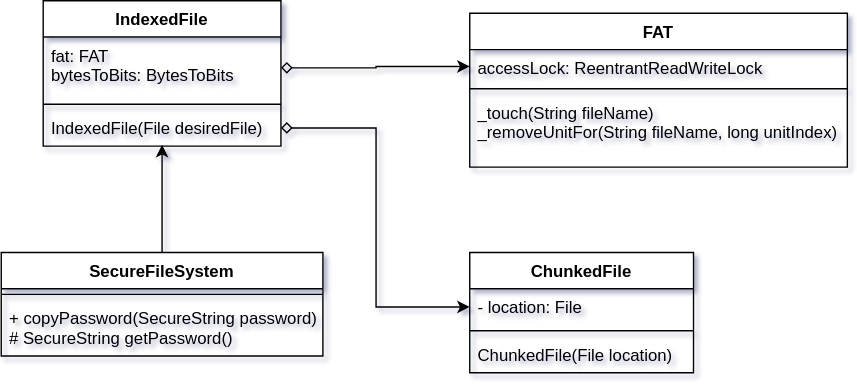
kevinvandenbreemen/android-file-vault keeps this draw.io diagram as documentation/resource/SFS.svg. Above is the earlier version. Source tidied: cells renumbered, new cells last; positions are measured from the earlier drawing's top-left corner, leaving out a move shared by most shapes.
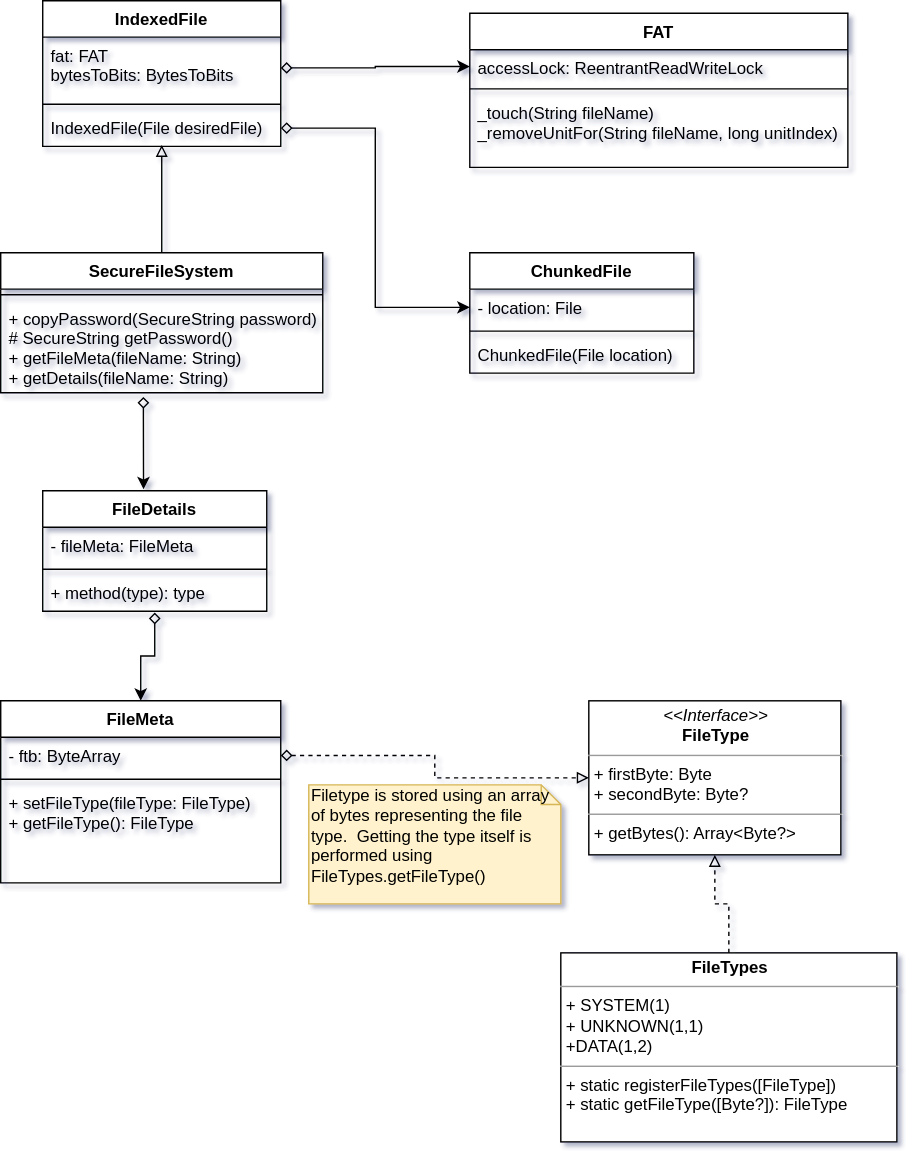
After the change.

Change to the diagram source:
```diff
@@ -14,17 +14,17 @@
     <mxCell id="5" value="IndexedFile(File desiredFile)" style="text;strokeColor=none;fillColor=none;align=left;verticalAlign=top;spacingLeft=4;spacingRight=4;overflow=hidden;points=[[0,0.5],[1,0.5]];portConstraint=eastwest;" parent="2" vertex="1">
       <mxGeometry y="78" width="170" height="26" as="geometry" />
     </mxCell>
-    <mxCell id="6" style="edgeStyle=orthogonalEdgeStyle;rounded=0;jettySize=auto;html=1;exitX=0.5;exitY=0;exitDx=0;exitDy=0;entryX=0.5;entryY=0.962;entryDx=0;entryDy=0;entryPerimeter=0;" parent="1" edge="1" source="7" target="5">
+    <mxCell id="6" style="edgeStyle=orthogonalEdgeStyle;rounded=0;jettySize=auto;html=1;exitX=0.5;exitY=0;exitDx=0;exitDy=0;entryX=0.5;entryY=0.962;entryDx=0;entryDy=0;entryPerimeter=0;endArrow=block;endFill=0;" parent="1" edge="1" source="7" target="5">
       <mxGeometry relative="1" as="geometry" />
     </mxCell>
     <mxCell id="7" value="SecureFileSystem" style="swimlane;fontStyle=1;align=center;verticalAlign=top;horizontal=1;startSize=26;" parent="1" vertex="1">
-      <mxGeometry y="180" width="230" height="74" as="geometry" />
+      <mxGeometry y="180" width="230" height="100" as="geometry" />
     </mxCell>
     <mxCell id="8" style="line;strokeWidth=1;fillColor=none;align=left;verticalAlign=middle;spacingTop=-1;spacingLeft=3;spacingRight=3;labelPosition=right;" parent="7" vertex="1">
       <mxGeometry y="26" width="230" height="8" as="geometry" />
     </mxCell>
-    <mxCell id="9" value="+ copyPassword(SecureString password)&#10;# SecureString getPassword()" style="text;strokeColor=none;fillColor=none;align=left;verticalAlign=top;spacingLeft=4;spacingRight=4;overflow=hidden;points=[[0,0.5],[1,0.5]];portConstraint=eastwest;" parent="7" vertex="1">
-      <mxGeometry y="34" width="230" height="40" as="geometry" />
+    <mxCell id="9" value="+ copyPassword(SecureString password)&#10;# SecureString getPassword()&#10;+ getFileMeta(fileName: String)&#10;+ getDetails(fileName: String)" style="text;strokeColor=none;fillColor=none;align=left;verticalAlign=top;spacingLeft=4;spacingRight=4;overflow=hidden;points=[[0,0.5],[1,0.5]];portConstraint=eastwest;" parent="7" vertex="1">
+      <mxGeometry y="34" width="230" height="66" as="geometry" />
     </mxCell>
     <mxCell id="10" value="ChunkedFile" style="swimlane;fontStyle=1;align=center;verticalAlign=top;horizontal=1;startSize=26;" parent="1" vertex="1">
       <mxGeometry x="335" y="180" width="160" height="86" as="geometry" />
@@ -56,5 +56,55 @@
     <mxCell id="19" style="edgeStyle=orthogonalEdgeStyle;rounded=0;jettySize=auto;html=1;exitX=1;exitY=0.5;exitDx=0;exitDy=0;entryX=0;entryY=0.5;entryDx=0;entryDy=0;startArrow=diamond;startFill=0;" parent="1" edge="1" source="5" target="11">
       <mxGeometry relative="1" as="geometry" />
     </mxCell>
+    <mxCell id="20" value="&lt;p style=&quot;margin: 0px ; margin-top: 4px ; text-align: center&quot;&gt;&lt;i&gt;&amp;lt;&amp;lt;Interface&amp;gt;&amp;gt;&lt;/i&gt;&lt;br&gt;&lt;b&gt;FileType&lt;/b&gt;&lt;/p&gt;&lt;hr size=&quot;1&quot;&gt;&lt;p style=&quot;margin: 0px ; margin-left: 4px&quot;&gt;+ firstByte: Byte&lt;/p&gt;&lt;p style=&quot;margin: 0px ; margin-left: 4px&quot;&gt;+ secondByte: Byte?&lt;/p&gt;&lt;hr size=&quot;1&quot;&gt;&lt;p style=&quot;margin: 0px ; margin-left: 4px&quot;&gt;+ getBytes(): Array&amp;lt;Byte?&amp;gt;&lt;/p&gt;" style="verticalAlign=top;align=left;overflow=fill;fontSize=12;fontFamily=Helvetica;html=1;" parent="1" vertex="1">
+      <mxGeometry x="420" y="500" width="180" height="110" as="geometry" />
+    </mxCell>
+    <mxCell id="21" style="edgeStyle=orthogonalEdgeStyle;rounded=0;jettySize=auto;html=1;exitX=0.5;exitY=0;exitDx=0;exitDy=0;entryX=0.5;entryY=1;entryDx=0;entryDy=0;dashed=1;endArrow=block;endFill=0;" parent="1" edge="1" source="22" target="20">
+      <mxGeometry relative="1" as="geometry" />
+    </mxCell>
+    <mxCell id="22" value="&lt;p style=&quot;margin: 0px ; margin-top: 4px ; text-align: center&quot;&gt;&lt;b&gt;FileTypes&lt;/b&gt;&lt;/p&gt;&lt;hr size=&quot;1&quot;&gt;&lt;p style=&quot;margin: 0px ; margin-left: 4px&quot;&gt;+ SYSTEM(1)&lt;/p&gt;&lt;p style=&quot;margin: 0px ; margin-left: 4px&quot;&gt;+ UNKNOWN(1,1)&lt;/p&gt;&lt;p style=&quot;margin: 0px ; margin-left: 4px&quot;&gt;+DATA(1,2)&lt;/p&gt;&lt;hr size=&quot;1&quot;&gt;&lt;p style=&quot;margin: 0px ; margin-left: 4px&quot;&gt;+ static registerFileTypes([FileType])&lt;/p&gt;&lt;p style=&quot;margin: 0px ; margin-left: 4px&quot;&gt;+ static getFileType([Byte?]): FileType&lt;/p&gt;" style="verticalAlign=top;align=left;overflow=fill;fontSize=12;fontFamily=Helvetica;html=1;" parent="1" vertex="1">
+      <mxGeometry x="400" y="680" width="240" height="135" as="geometry" />
+    </mxCell>
+    <mxCell id="23" style="edgeStyle=orthogonalEdgeStyle;rounded=0;jettySize=auto;html=1;exitX=1;exitY=0.5;exitDx=0;exitDy=0;entryX=0;entryY=0.5;entryDx=0;entryDy=0;dashed=1;endArrow=block;endFill=0;startArrow=diamond;startFill=0;" parent="1" edge="1" source="26" target="20">
+      <mxGeometry relative="1" as="geometry" />
+    </mxCell>
+    <mxCell id="24" value="Filetype is stored using an array of bytes representing the file type.&amp;nbsp; Getting the type itself is performed using FileTypes.getFileType()" style="shape=note;whiteSpace=wrap;html=1;size=14;verticalAlign=top;align=left;spacingTop=-6;fillColor=#fff2cc;strokeColor=#d6b656;" parent="1" vertex="1">
+      <mxGeometry x="220" y="560" width="180" height="85" as="geometry" />
+    </mxCell>
+    <mxCell id="25" value="FileMeta" style="swimlane;fontStyle=1;align=center;verticalAlign=top;horizontal=1;startSize=26;" parent="1" vertex="1">
+      <mxGeometry y="500" width="200" height="130" as="geometry" />
+    </mxCell>
+    <mxCell id="26" value="- ftb: ByteArray" style="text;strokeColor=none;fillColor=none;align=left;verticalAlign=top;spacingLeft=4;spacingRight=4;overflow=hidden;points=[[0,0.5],[1,0.5]];portConstraint=eastwest;" parent="25" vertex="1">
+      <mxGeometry y="26" width="200" height="26" as="geometry" />
+    </mxCell>
+    <mxCell id="27" style="line;strokeWidth=1;fillColor=none;align=left;verticalAlign=middle;spacingTop=-1;spacingLeft=3;spacingRight=3;labelPosition=right;" parent="25" vertex="1">
+      <mxGeometry y="52" width="200" height="8" as="geometry" />
+    </mxCell>
+    <mxCell id="28" value="+ setFileType(fileType: FileType)&#10;+ getFileType(): FileType" style="text;strokeColor=none;fillColor=none;align=left;verticalAlign=top;spacingLeft=4;spacingRight=4;overflow=hidden;" parent="25" vertex="1">
+      <mxGeometry y="60" width="200" height="70" as="geometry" />
+    </mxCell>
+    <mxCell id="29" style="edgeStyle=orthogonalEdgeStyle;rounded=0;jettySize=auto;html=1;exitX=0.5;exitY=1.038;exitDx=0;exitDy=0;entryX=0.5;entryY=0;entryDx=0;entryDy=0;startArrow=diamond;startFill=0;endArrow=classic;endFill=1;exitPerimeter=0;" parent="1" edge="1" source="34" target="25">
+      <mxGeometry relative="1" as="geometry" />
+    </mxCell>
+    <mxCell id="30" style="edgeStyle=orthogonalEdgeStyle;rounded=0;jettySize=auto;html=1;exitX=0.443;exitY=1.045;exitDx=0;exitDy=0;entryX=0.45;entryY=-0.012;entryDx=0;entryDy=0;entryPerimeter=0;startArrow=diamond;startFill=0;endArrow=classic;endFill=1;exitPerimeter=0;" parent="1" edge="1" source="9" target="31">
+      <mxGeometry relative="1" as="geometry">
+        <Array as="points">
+          <mxPoint x="102" y="300" />
+          <mxPoint x="102" y="300" />
+        </Array>
+      </mxGeometry>
+    </mxCell>
+    <mxCell id="31" value="FileDetails" style="swimlane;fontStyle=1;align=center;verticalAlign=top;horizontal=1;startSize=26;" parent="1" vertex="1">
+      <mxGeometry x="30" y="350" width="160" height="86" as="geometry" />
+    </mxCell>
+    <mxCell id="32" value="- fileMeta: FileMeta" style="text;strokeColor=none;fillColor=none;align=left;verticalAlign=top;spacingLeft=4;spacingRight=4;overflow=hidden;" parent="31" vertex="1">
+      <mxGeometry y="26" width="160" height="26" as="geometry" />
+    </mxCell>
+    <mxCell id="33" style="line;strokeWidth=1;fillColor=none;align=left;verticalAlign=middle;spacingTop=-1;spacingLeft=3;spacingRight=3;labelPosition=right;" parent="31" vertex="1">
+      <mxGeometry y="52" width="160" height="8" as="geometry" />
+    </mxCell>
+    <mxCell id="34" value="+ method(type): type" style="text;strokeColor=none;fillColor=none;align=left;verticalAlign=top;spacingLeft=4;spacingRight=4;overflow=hidden;points=[[0,0.5],[1,0.5]];portConstraint=eastwest;" parent="31" vertex="1">
+      <mxGeometry y="60" width="160" height="26" as="geometry" />
+    </mxCell>
   </root>
 </mxGraphModel>
```
